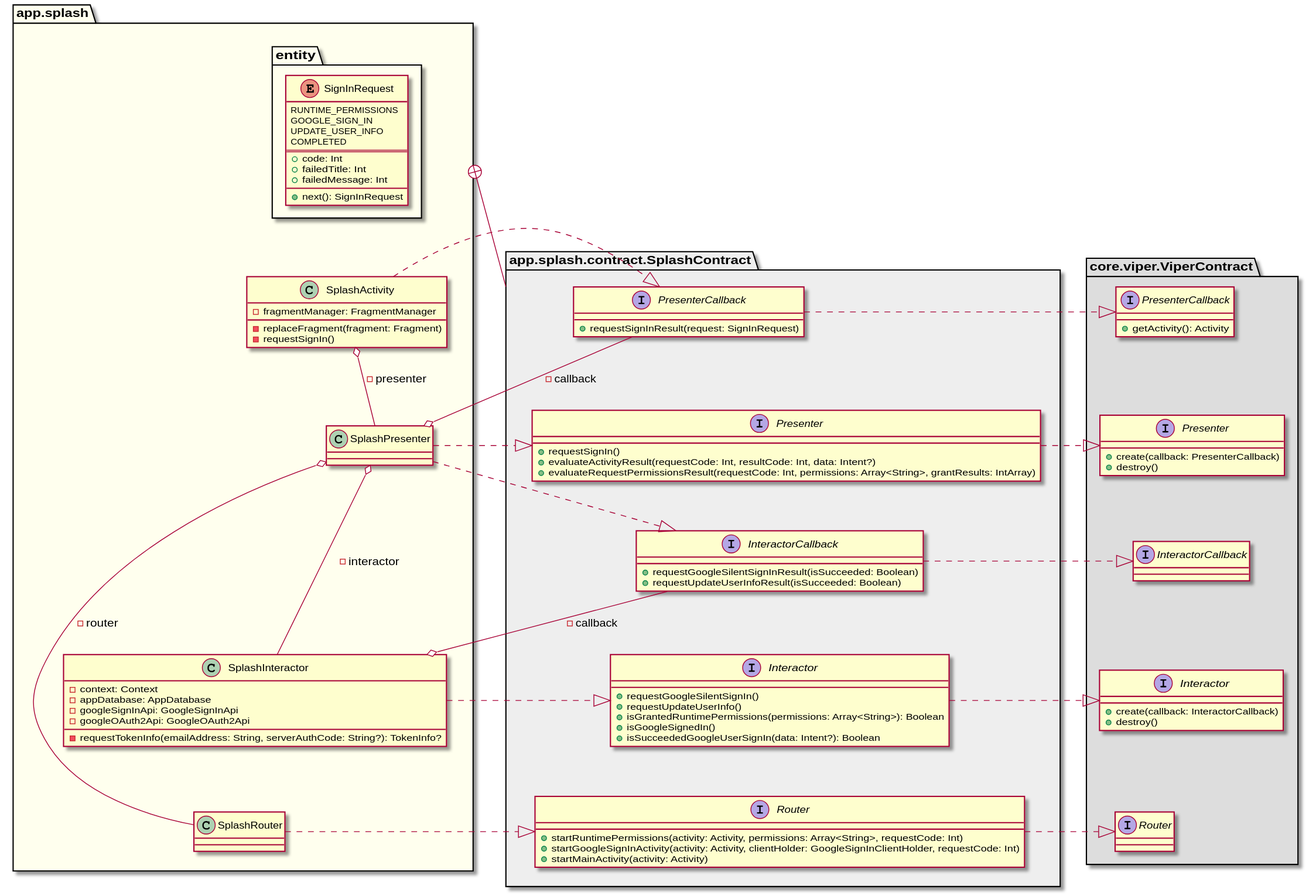
Before: uml/splash/class_diagram_splash_viper.svg, a diagram exported from PlantUML (sallyluenoa/PhotoSlideShow).
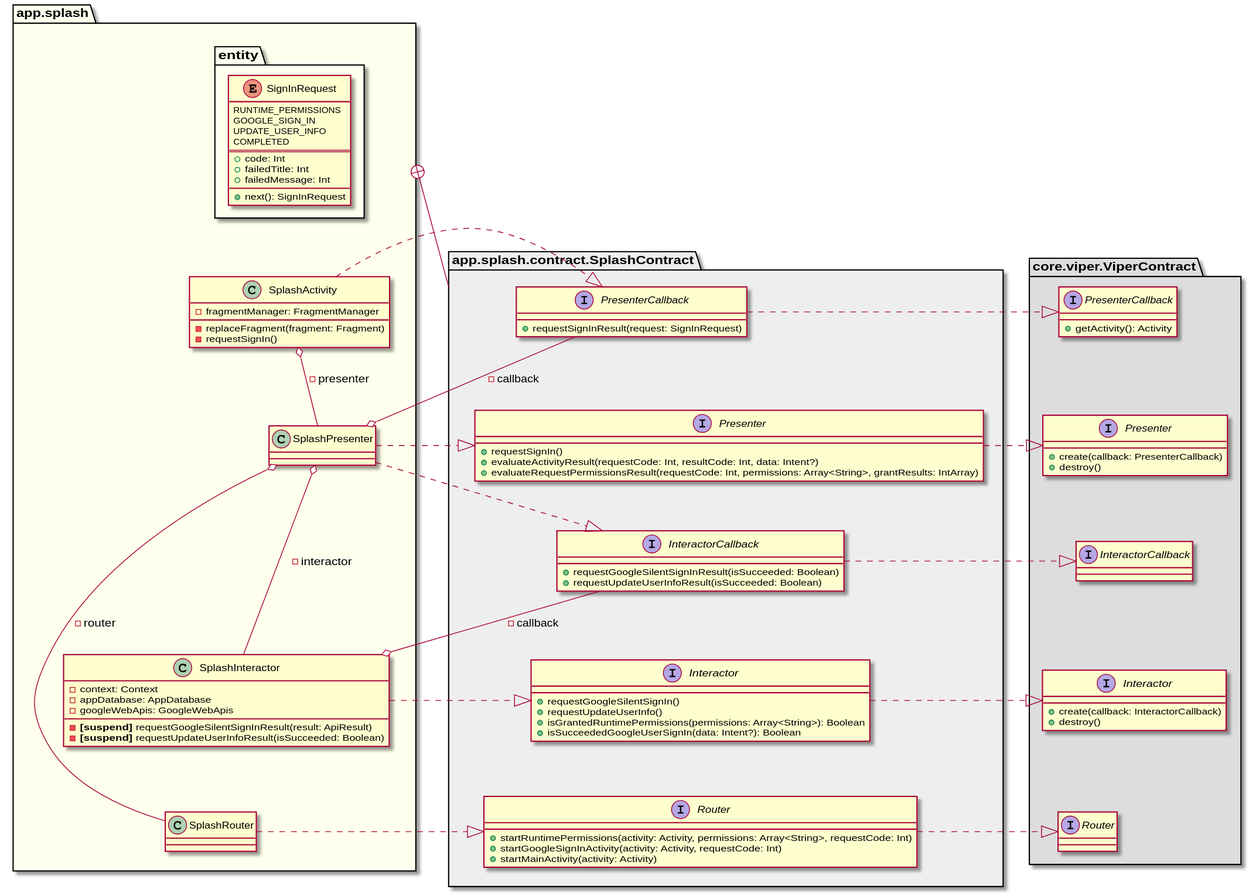
Above is the later version.

Diff of the diagram source:
```diff
@@ -27,24 +27,24 @@
   class SplashInteractor {
     - context: Context
     - appDatabase: AppDatabase
-    - googleSignInApi: GoogleSignInApi
-    - googleOAuth2Api: GoogleOAuth2Api
-    - requestTokenInfo(emailAddress: String, serverAuthCode: String?): TokenInfo?
+    - googleWebApis: GoogleWebApis
+    - <b>[suspend]</b> requestGoogleSilentSignInResult(result: ApiResult)
+    - <b>[suspend]</b> requestUpdateUserInfoResult(isSucceeded: Boolean)
   }
   class SplashRouter
 
-  SplashActivity o-- SplashPresenter: -presenter
-  SplashPresenter o--- SplashInteractor: -interactor
-  SplashPresenter o---- SplashRouter: -router
+  SplashActivity o-- SplashPresenter: - presenter
+  SplashPresenter o--- SplashInteractor: - interactor
+  SplashPresenter o---- SplashRouter: - router
 
   SplashPresenter .|> app.splash.contract.SplashContract.Presenter
   SplashInteractor .|> app.splash.contract.SplashContract.Interactor
   SplashRouter .|> app.splash.contract.SplashContract.Router
 
   SplashActivity ..|> app.splash.contract.SplashContract.PresenterCallback
-  SplashPresenter o-- app.splash.contract.SplashContract.PresenterCallback: -callback
+  SplashPresenter o-- app.splash.contract.SplashContract.PresenterCallback: - callback
   SplashPresenter ..|> app.splash.contract.SplashContract.InteractorCallback
-  SplashInteractor o-- app.splash.contract.SplashContract.InteractorCallback: -callback
+  SplashInteractor o-- app.splash.contract.SplashContract.InteractorCallback: - callback
 
   app.splash.contract.SplashContract.Presenter -[hidden]> SplashPresenter
   app.splash.contract.SplashContract.Interactor -[hidden]> SplashInteractor
@@ -65,7 +65,6 @@
     + requestGoogleSilentSignIn()
     + requestUpdateUserInfo()
     + isGrantedRuntimePermissions(permissions: Array<String>): Boolean
-    + isGoogleSignedIn()
     + isSucceededGoogleUserSignIn(data: Intent?): Boolean
   }
   interface InteractorCallback {
@@ -74,7 +73,7 @@
   }
   interface Router {
     + startRuntimePermissions(activity: Activity, permissions: Array<String>, requestCode: Int)
-    + startGoogleSignInActivity(activity: Activity, clientHolder: GoogleSignInClientHolder, requestCode: Int)
+    + startGoogleSignInActivity(activity: Activity, requestCode: Int)
     + startMainActivity(activity: Activity)
   }
 
```
